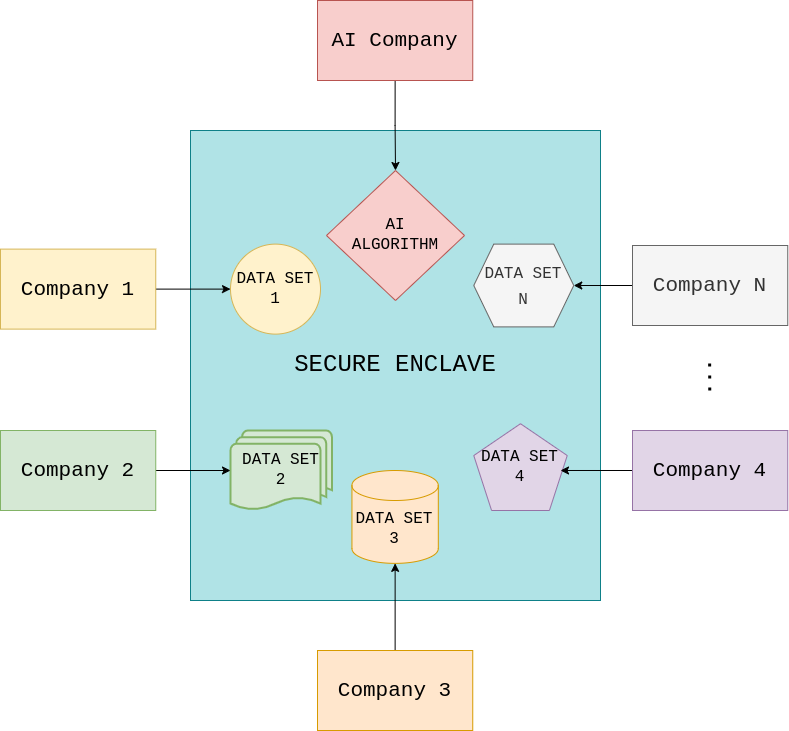
Before: img/cocos-cocnept.png, a diagram exported from draw.io (ultravioletrs/website). Source tidied: cells renumbered, new cells last; positions are measured from the earlier drawing's top-left corner, leaving out a move shared by most shapes. Source of this version:
```xml
<mxGraphModel>
  <root>
    <mxCell id="0" />
    <mxCell id="1" parent="0" />
    <mxCell id="2" value="&lt;font style=&quot;font-size: 24px&quot;&gt;SECURE ENCLAVE&lt;/font&gt;" style="rounded=0;whiteSpace=wrap;html=1;fillColor=#b0e3e6;strokeColor=#0e8088;fontFamily=Courier New;" parent="1" vertex="1">
      <mxGeometry x="190" y="130" width="410" height="470" as="geometry" />
    </mxCell>
    <mxCell id="3" value="&lt;font style=&quot;font-size: 16px&quot;&gt;&lt;font style=&quot;font-size: 16px&quot;&gt;DATA SET&lt;br&gt;&lt;/font&gt;1&lt;/font&gt;" style="ellipse;whiteSpace=wrap;html=1;fillColor=#fff2cc;strokeColor=#d6b656;fontFamily=Courier New;" parent="1" vertex="1">
      <mxGeometry x="230" y="243.6" width="90" height="90" as="geometry" />
    </mxCell>
    <mxCell id="4" value="&lt;font style=&quot;font-size: 16px&quot;&gt;AI&lt;br&gt;ALGORITHM&lt;/font&gt;" style="rhombus;whiteSpace=wrap;html=1;fillColor=#f8cecc;strokeColor=#b85450;fontFamily=Courier New;" parent="1" vertex="1">
      <mxGeometry x="326" y="170" width="138" height="130" as="geometry" />
    </mxCell>
    <mxCell id="5" value="&lt;font style=&quot;font-size: 16px&quot;&gt;DATA SET&lt;br&gt;4&lt;br&gt;&lt;/font&gt;" style="whiteSpace=wrap;html=1;shape=mxgraph.basic.pentagon;fillColor=#e1d5e7;strokeColor=#9673a6;fontFamily=Courier New;" parent="1" vertex="1">
      <mxGeometry x="473.3" y="423.2" width="93.5" height="86.8" as="geometry" />
    </mxCell>
    <mxCell id="6" value="&lt;font style=&quot;font-size: 16px&quot;&gt;DATA SET&lt;br&gt;3&lt;/font&gt;" style="shape=cylinder3;whiteSpace=wrap;html=1;boundedLbl=1;backgroundOutline=1;size=15;fillColor=#ffe6cc;strokeColor=#d79b00;fontFamily=Courier New;" parent="1" vertex="1">
      <mxGeometry x="351.4" y="470" width="86.4" height="92.9" as="geometry" />
    </mxCell>
    <mxCell id="7" value="&lt;font style=&quot;font-size: 16px&quot;&gt;DATA SET&lt;br&gt;2&lt;/font&gt;" style="strokeWidth=2;html=1;shape=mxgraph.flowchart.multi-document;whiteSpace=wrap;fillColor=#d5e8d4;strokeColor=#82b366;fontFamily=Courier New;" parent="1" vertex="1">
      <mxGeometry x="230" y="430" width="101.4" height="80" as="geometry" />
    </mxCell>
    <mxCell id="8" style="edgeStyle=orthogonalEdgeStyle;rounded=0;jettySize=auto;html=1;exitX=0.5;exitY=1;exitDx=0;exitDy=0;fontSize=21;fontFamily=Courier New;" parent="1" edge="1" source="9" target="4">
      <mxGeometry relative="1" as="geometry" />
    </mxCell>
    <mxCell id="9" value="AI Company" style="rounded=0;whiteSpace=wrap;html=1;fontSize=21;fillColor=#f8cecc;strokeColor=#b85450;fontFamily=Courier New;" parent="1" vertex="1">
      <mxGeometry x="317" width="155.2" height="80" as="geometry" />
    </mxCell>
    <mxCell id="10" style="edgeStyle=orthogonalEdgeStyle;rounded=0;jettySize=auto;html=1;exitX=1;exitY=0.5;exitDx=0;exitDy=0;fontSize=21;fontFamily=Courier New;" parent="1" edge="1" source="11" target="3">
      <mxGeometry relative="1" as="geometry" />
    </mxCell>
    <mxCell id="11" value="Company 1" style="rounded=0;whiteSpace=wrap;html=1;fontSize=21;fillColor=#fff2cc;strokeColor=#d6b656;fontFamily=Courier New;" parent="1" vertex="1">
      <mxGeometry y="248.6" width="155.2" height="80" as="geometry" />
    </mxCell>
    <mxCell id="12" style="edgeStyle=orthogonalEdgeStyle;rounded=0;jettySize=auto;html=1;exitX=1;exitY=0.5;exitDx=0;exitDy=0;entryX=0;entryY=0.5;entryDx=0;entryDy=0;entryPerimeter=0;fontFamily=Courier New;" parent="1" edge="1" source="13" target="7">
      <mxGeometry relative="1" as="geometry" />
    </mxCell>
    <mxCell id="13" value="Company 2" style="rounded=0;whiteSpace=wrap;html=1;fontSize=21;fillColor=#d5e8d4;strokeColor=#82b366;fontFamily=Courier New;" parent="1" vertex="1">
      <mxGeometry y="430" width="155.2" height="80" as="geometry" />
    </mxCell>
    <mxCell id="14" style="edgeStyle=orthogonalEdgeStyle;rounded=0;jettySize=auto;html=1;exitX=0.5;exitY=0;exitDx=0;exitDy=0;entryX=0.5;entryY=1;entryDx=0;entryDy=0;entryPerimeter=0;fontFamily=Courier New;" parent="1" edge="1" source="15" target="6">
      <mxGeometry relative="1" as="geometry" />
    </mxCell>
    <mxCell id="15" value="Company 3" style="rounded=0;whiteSpace=wrap;html=1;fontSize=21;fillColor=#ffe6cc;strokeColor=#d79b00;fontFamily=Courier New;" parent="1" vertex="1">
      <mxGeometry x="317" y="650" width="155.2" height="80" as="geometry" />
    </mxCell>
    <mxCell id="16" style="edgeStyle=orthogonalEdgeStyle;rounded=0;jettySize=auto;html=1;exitX=0;exitY=0.5;exitDx=0;exitDy=0;entryX=1;entryY=0.5;entryDx=0;entryDy=0;fontSize=12;fontFamily=Courier New;" parent="1" edge="1" source="17" target="18">
      <mxGeometry relative="1" as="geometry" />
    </mxCell>
    <mxCell id="17" value="Company N" style="rounded=0;whiteSpace=wrap;html=1;fontSize=21;fillColor=#f5f5f5;fontColor=#333333;strokeColor=#666666;fontFamily=Courier New;" parent="1" vertex="1">
      <mxGeometry x="632" y="245" width="155.2" height="80" as="geometry" />
    </mxCell>
    <mxCell id="18" value="&lt;font style=&quot;font-size: 16px&quot;&gt;DATA SET&lt;br&gt;N&lt;/font&gt;" style="shape=hexagon;perimeter=hexagonPerimeter2;whiteSpace=wrap;html=1;fixedSize=1;fontSize=21;fillColor=#f5f5f5;fontColor=#333333;strokeColor=#666666;fontFamily=Courier New;" parent="1" vertex="1">
      <mxGeometry x="473.3" y="243.6" width="100" height="82.8" as="geometry" />
    </mxCell>
    <mxCell id="19" style="edgeStyle=orthogonalEdgeStyle;rounded=0;jettySize=auto;html=1;exitX=0;exitY=0.5;exitDx=0;exitDy=0;entryX=0.928;entryY=0.539;entryDx=0;entryDy=0;entryPerimeter=0;fontFamily=Courier New;" parent="1" edge="1" source="20" target="5">
      <mxGeometry relative="1" as="geometry" />
    </mxCell>
    <mxCell id="20" value="Company 4" style="rounded=0;whiteSpace=wrap;html=1;fontSize=21;fillColor=#e1d5e7;strokeColor=#9673a6;fontFamily=Courier New;" parent="1" vertex="1">
      <mxGeometry x="632" y="430" width="155.2" height="80" as="geometry" />
    </mxCell>
    <mxCell id="21" style="endArrow=none;dashed=1;html=1;dashPattern=1 3;strokeWidth=3;rounded=0;fontSize=11;fontFamily=Courier New;" parent="1" edge="1">
      <mxGeometry relative="1" as="geometry">
        <mxPoint x="709.3" y="390" as="sourcePoint" />
        <mxPoint x="709.1" y="360" as="targetPoint" />
      </mxGeometry>
    </mxCell>
  </root>
</mxGraphModel>
```
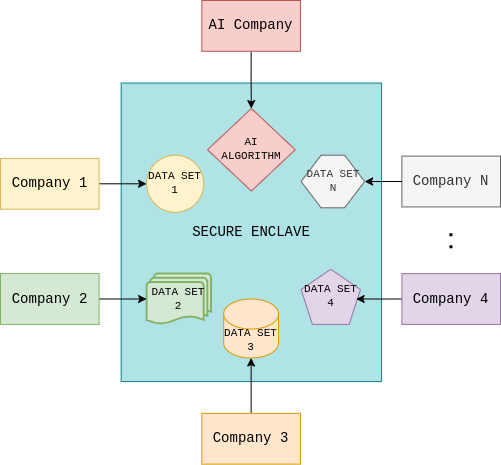
Above is the later version.

Diff of the diagram source:
```diff
@@ -2,67 +2,70 @@
   <root>
     <mxCell id="0" />
     <mxCell id="1" parent="0" />
+    <mxCell id="22" style="group;fontSize=14;" parent="1" vertex="1">
+      <mxGeometry width="500" height="463.6" as="geometry" />
+    </mxCell>
-    <mxCell id="2" value="&lt;font style=&quot;font-size: 24px&quot;&gt;SECURE ENCLAVE&lt;/font&gt;" style="rounded=0;whiteSpace=wrap;html=1;fillColor=#b0e3e6;strokeColor=#0e8088;fontFamily=Courier New;" parent="1" vertex="1">
-      <mxGeometry x="190" y="130" width="410" height="470" as="geometry" />
+    <mxCell id="2" value="&lt;font style=&quot;font-size: 14px;&quot;&gt;SECURE ENCLAVE&lt;/font&gt;" style="rounded=0;whiteSpace=wrap;html=1;fillColor=#b0e3e6;strokeColor=#0e8088;fontFamily=Courier New;fontSize=14;" parent="22" vertex="1">
+      <mxGeometry x="120.7" y="82.6" width="260.4" height="298.5" as="geometry" />
     </mxCell>
-    <mxCell id="3" value="&lt;font style=&quot;font-size: 16px&quot;&gt;&lt;font style=&quot;font-size: 16px&quot;&gt;DATA SET&lt;br&gt;&lt;/font&gt;1&lt;/font&gt;" style="ellipse;whiteSpace=wrap;html=1;fillColor=#fff2cc;strokeColor=#d6b656;fontFamily=Courier New;" parent="1" vertex="1">
-      <mxGeometry x="230" y="243.6" width="90" height="90" as="geometry" />
+    <mxCell id="3" value="&lt;font style=&quot;font-size: 11px;&quot;&gt;&lt;font style=&quot;font-size: 11px;&quot;&gt;DATA SET&lt;br style=&quot;font-size: 11px;&quot;&gt;&lt;/font&gt;1&lt;/font&gt;" style="ellipse;whiteSpace=wrap;html=1;fillColor=#fff2cc;strokeColor=#d6b656;fontFamily=Courier New;fontSize=11;" parent="22" vertex="1">
+      <mxGeometry x="146.1" y="154.7" width="57.2" height="57.2" as="geometry" />
     </mxCell>
-    <mxCell id="4" value="&lt;font style=&quot;font-size: 16px&quot;&gt;AI&lt;br&gt;ALGORITHM&lt;/font&gt;" style="rhombus;whiteSpace=wrap;html=1;fillColor=#f8cecc;strokeColor=#b85450;fontFamily=Courier New;" parent="1" vertex="1">
-      <mxGeometry x="326" y="170" width="138" height="130" as="geometry" />
+    <mxCell id="4" value="&lt;font style=&quot;font-size: 11px;&quot;&gt;AI&lt;br style=&quot;font-size: 11px;&quot;&gt;ALGORITHM&lt;/font&gt;" style="rhombus;whiteSpace=wrap;html=1;fillColor=#f8cecc;strokeColor=#b85450;fontFamily=Courier New;fontSize=11;" parent="22" vertex="1">
+      <mxGeometry x="207" y="108" width="87.6" height="82.6" as="geometry" />
     </mxCell>
-    <mxCell id="5" value="&lt;font style=&quot;font-size: 16px&quot;&gt;DATA SET&lt;br&gt;4&lt;br&gt;&lt;/font&gt;" style="whiteSpace=wrap;html=1;shape=mxgraph.basic.pentagon;fillColor=#e1d5e7;strokeColor=#9673a6;fontFamily=Courier New;" parent="1" vertex="1">
-      <mxGeometry x="473.3" y="423.2" width="93.5" height="86.8" as="geometry" />
+    <mxCell id="5" value="&lt;font style=&quot;font-size: 11px;&quot;&gt;DATA SET&lt;br style=&quot;font-size: 11px;&quot;&gt;4&lt;br style=&quot;font-size: 11px;&quot;&gt;&lt;/font&gt;" style="whiteSpace=wrap;html=1;shape=mxgraph.basic.pentagon;fillColor=#e1d5e7;strokeColor=#9673a6;fontFamily=Courier New;fontSize=11;" parent="22" vertex="1">
+      <mxGeometry x="300.6" y="268.8" width="59.4" height="55.1" as="geometry" />
     </mxCell>
-    <mxCell id="6" value="&lt;font style=&quot;font-size: 16px&quot;&gt;DATA SET&lt;br&gt;3&lt;/font&gt;" style="shape=cylinder3;whiteSpace=wrap;html=1;boundedLbl=1;backgroundOutline=1;size=15;fillColor=#ffe6cc;strokeColor=#d79b00;fontFamily=Courier New;" parent="1" vertex="1">
-      <mxGeometry x="351.4" y="470" width="86.4" height="92.9" as="geometry" />
+    <mxCell id="6" value="&lt;font style=&quot;font-size: 11px;&quot;&gt;DATA SET&lt;br style=&quot;font-size: 11px;&quot;&gt;3&lt;/font&gt;" style="shape=cylinder3;whiteSpace=wrap;html=1;boundedLbl=1;backgroundOutline=1;size=15;fillColor=#ffe6cc;strokeColor=#d79b00;fontFamily=Courier New;fontSize=11;" parent="22" vertex="1">
+      <mxGeometry x="223.2" y="298.5" width="54.9" height="59" as="geometry" />
     </mxCell>
-    <mxCell id="7" value="&lt;font style=&quot;font-size: 16px&quot;&gt;DATA SET&lt;br&gt;2&lt;/font&gt;" style="strokeWidth=2;html=1;shape=mxgraph.flowchart.multi-document;whiteSpace=wrap;fillColor=#d5e8d4;strokeColor=#82b366;fontFamily=Courier New;" parent="1" vertex="1">
-      <mxGeometry x="230" y="430" width="101.4" height="80" as="geometry" />
+    <mxCell id="7" value="&lt;font style=&quot;font-size: 11px;&quot;&gt;DATA SET&lt;br style=&quot;font-size: 11px;&quot;&gt;2&lt;/font&gt;" style="strokeWidth=2;html=1;shape=mxgraph.flowchart.multi-document;whiteSpace=wrap;fillColor=#d5e8d4;strokeColor=#82b366;fontFamily=Courier New;fontSize=11;" parent="22" vertex="1">
+      <mxGeometry x="146.1" y="273.1" width="64.4" height="50.8" as="geometry" />
     </mxCell>
-    <mxCell id="8" style="edgeStyle=orthogonalEdgeStyle;rounded=0;jettySize=auto;html=1;exitX=0.5;exitY=1;exitDx=0;exitDy=0;fontSize=21;fontFamily=Courier New;" parent="1" edge="1" source="9" target="4">
+    <mxCell id="8" style="edgeStyle=orthogonalEdgeStyle;rounded=0;jettySize=auto;html=1;exitX=0.5;exitY=1;exitDx=0;exitDy=0;fontSize=14;fontFamily=Courier New;" parent="22" edge="1" source="9" target="4">
       <mxGeometry relative="1" as="geometry" />
     </mxCell>
-    <mxCell id="9" value="AI Company" style="rounded=0;whiteSpace=wrap;html=1;fontSize=21;fillColor=#f8cecc;strokeColor=#b85450;fontFamily=Courier New;" parent="1" vertex="1">
-      <mxGeometry x="317" width="155.2" height="80" as="geometry" />
+    <mxCell id="9" value="AI Company" style="rounded=0;whiteSpace=wrap;html=1;fontSize=14;fillColor=#f8cecc;strokeColor=#b85450;fontFamily=Courier New;" parent="22" vertex="1">
+      <mxGeometry x="201.3" width="98.6" height="50.8" as="geometry" />
     </mxCell>
-    <mxCell id="10" style="edgeStyle=orthogonalEdgeStyle;rounded=0;jettySize=auto;html=1;exitX=1;exitY=0.5;exitDx=0;exitDy=0;fontSize=21;fontFamily=Courier New;" parent="1" edge="1" source="11" target="3">
+    <mxCell id="10" style="edgeStyle=orthogonalEdgeStyle;rounded=0;jettySize=auto;html=1;exitX=1;exitY=0.5;exitDx=0;exitDy=0;fontSize=14;fontFamily=Courier New;" parent="22" edge="1" source="11" target="3">
       <mxGeometry relative="1" as="geometry" />
     </mxCell>
-    <mxCell id="11" value="Company 1" style="rounded=0;whiteSpace=wrap;html=1;fontSize=21;fillColor=#fff2cc;strokeColor=#d6b656;fontFamily=Courier New;" parent="1" vertex="1">
-      <mxGeometry y="248.6" width="155.2" height="80" as="geometry" />
+    <mxCell id="11" value="&lt;font style=&quot;font-size: 14px;&quot;&gt;Company 1&lt;/font&gt;" style="rounded=0;whiteSpace=wrap;html=1;fontSize=14;fillColor=#fff2cc;strokeColor=#d6b656;fontFamily=Courier New;" parent="22" vertex="1">
+      <mxGeometry y="157.9" width="98.6" height="50.8" as="geometry" />
     </mxCell>
-    <mxCell id="12" style="edgeStyle=orthogonalEdgeStyle;rounded=0;jettySize=auto;html=1;exitX=1;exitY=0.5;exitDx=0;exitDy=0;entryX=0;entryY=0.5;entryDx=0;entryDy=0;entryPerimeter=0;fontFamily=Courier New;" parent="1" edge="1" source="13" target="7">
+    <mxCell id="12" style="edgeStyle=orthogonalEdgeStyle;rounded=0;jettySize=auto;html=1;exitX=1;exitY=0.5;exitDx=0;exitDy=0;entryX=0;entryY=0.5;entryDx=0;entryDy=0;entryPerimeter=0;fontFamily=Courier New;fontSize=14;" parent="22" edge="1" source="13" target="7">
       <mxGeometry relative="1" as="geometry" />
     </mxCell>
-    <mxCell id="13" value="Company 2" style="rounded=0;whiteSpace=wrap;html=1;fontSize=21;fillColor=#d5e8d4;strokeColor=#82b366;fontFamily=Courier New;" parent="1" vertex="1">
-      <mxGeometry y="430" width="155.2" height="80" as="geometry" />
+    <mxCell id="13" value="Company 2" style="rounded=0;whiteSpace=wrap;html=1;fontSize=14;fillColor=#d5e8d4;strokeColor=#82b366;fontFamily=Courier New;" parent="22" vertex="1">
+      <mxGeometry y="273.1" width="98.6" height="50.8" as="geometry" />
     </mxCell>
-    <mxCell id="14" style="edgeStyle=orthogonalEdgeStyle;rounded=0;jettySize=auto;html=1;exitX=0.5;exitY=0;exitDx=0;exitDy=0;entryX=0.5;entryY=1;entryDx=0;entryDy=0;entryPerimeter=0;fontFamily=Courier New;" parent="1" edge="1" source="15" target="6">
+    <mxCell id="14" style="edgeStyle=orthogonalEdgeStyle;rounded=0;jettySize=auto;html=1;exitX=0.5;exitY=0;exitDx=0;exitDy=0;entryX=0.5;entryY=1;entryDx=0;entryDy=0;entryPerimeter=0;fontFamily=Courier New;fontSize=14;" parent="22" edge="1" source="15" target="6">
       <mxGeometry relative="1" as="geometry" />
     </mxCell>
-    <mxCell id="15" value="Company 3" style="rounded=0;whiteSpace=wrap;html=1;fontSize=21;fillColor=#ffe6cc;strokeColor=#d79b00;fontFamily=Courier New;" parent="1" vertex="1">
-      <mxGeometry x="317" y="650" width="155.2" height="80" as="geometry" />
+    <mxCell id="15" value="Company 3" style="rounded=0;whiteSpace=wrap;html=1;fontSize=14;fillColor=#ffe6cc;strokeColor=#d79b00;fontFamily=Courier New;" parent="22" vertex="1">
+      <mxGeometry x="201.3" y="412.8" width="98.6" height="50.8" as="geometry" />
     </mxCell>
-    <mxCell id="16" style="edgeStyle=orthogonalEdgeStyle;rounded=0;jettySize=auto;html=1;exitX=0;exitY=0.5;exitDx=0;exitDy=0;entryX=1;entryY=0.5;entryDx=0;entryDy=0;fontSize=12;fontFamily=Courier New;" parent="1" edge="1" source="17" target="18">
-      <mxGeometry relative="1" as="geometry" />
-    </mxCell>
-    <mxCell id="17" value="Company N" style="rounded=0;whiteSpace=wrap;html=1;fontSize=21;fillColor=#f5f5f5;fontColor=#333333;strokeColor=#666666;fontFamily=Courier New;" parent="1" vertex="1">
-      <mxGeometry x="632" y="245" width="155.2" height="80" as="geometry" />
+    <mxCell id="17" value="Company N" style="rounded=0;whiteSpace=wrap;html=1;fontSize=14;fillColor=#f5f5f5;fontColor=#333333;strokeColor=#666666;fontFamily=Courier New;" parent="22" vertex="1">
+      <mxGeometry x="401.4" y="155.6" width="98.6" height="50.8" as="geometry" />
     </mxCell>
-    <mxCell id="18" value="&lt;font style=&quot;font-size: 16px&quot;&gt;DATA SET&lt;br&gt;N&lt;/font&gt;" style="shape=hexagon;perimeter=hexagonPerimeter2;whiteSpace=wrap;html=1;fixedSize=1;fontSize=21;fillColor=#f5f5f5;fontColor=#333333;strokeColor=#666666;fontFamily=Courier New;" parent="1" vertex="1">
-      <mxGeometry x="473.3" y="243.6" width="100" height="82.8" as="geometry" />
+    <mxCell id="18" value="&lt;font style=&quot;font-size: 11px;&quot;&gt;DATA SET&lt;br style=&quot;font-size: 11px;&quot;&gt;N&lt;/font&gt;" style="shape=hexagon;perimeter=hexagonPerimeter2;whiteSpace=wrap;html=1;fixedSize=1;fontSize=11;fillColor=#f5f5f5;fontColor=#333333;strokeColor=#666666;fontFamily=Courier New;" parent="22" vertex="1">
+      <mxGeometry x="300.6" y="154.7" width="63.5" height="52.6" as="geometry" />
     </mxCell>
+    <mxCell id="16" style="edgeStyle=orthogonalEdgeStyle;rounded=0;jettySize=auto;html=1;exitX=0;exitY=0.5;exitDx=0;exitDy=0;entryX=1;entryY=0.5;entryDx=0;entryDy=0;fontSize=14;fontFamily=Courier New;" parent="22" edge="1" source="17" target="18">
+      <mxGeometry relative="1" as="geometry" />
+    </mxCell>
-    <mxCell id="19" style="edgeStyle=orthogonalEdgeStyle;rounded=0;jettySize=auto;html=1;exitX=0;exitY=0.5;exitDx=0;exitDy=0;entryX=0.928;entryY=0.539;entryDx=0;entryDy=0;entryPerimeter=0;fontFamily=Courier New;" parent="1" edge="1" source="20" target="5">
+    <mxCell id="19" style="edgeStyle=orthogonalEdgeStyle;rounded=0;jettySize=auto;html=1;exitX=0;exitY=0.5;exitDx=0;exitDy=0;entryX=0.928;entryY=0.539;entryDx=0;entryDy=0;entryPerimeter=0;fontFamily=Courier New;fontSize=14;" parent="22" edge="1" source="20" target="5">
       <mxGeometry relative="1" as="geometry" />
     </mxCell>
-    <mxCell id="20" value="Company 4" style="rounded=0;whiteSpace=wrap;html=1;fontSize=21;fillColor=#e1d5e7;strokeColor=#9673a6;fontFamily=Courier New;" parent="1" vertex="1">
-      <mxGeometry x="632" y="430" width="155.2" height="80" as="geometry" />
+    <mxCell id="20" value="Company 4" style="rounded=0;whiteSpace=wrap;html=1;fontSize=14;fillColor=#e1d5e7;strokeColor=#9673a6;fontFamily=Courier New;" parent="22" vertex="1">
+      <mxGeometry x="401.4" y="273.1" width="98.6" height="50.8" as="geometry" />
     </mxCell>
-    <mxCell id="21" style="endArrow=none;dashed=1;html=1;dashPattern=1 3;strokeWidth=3;rounded=0;fontSize=11;fontFamily=Courier New;" parent="1" edge="1">
+    <mxCell id="21" style="endArrow=none;dashed=1;html=1;dashPattern=1 3;strokeWidth=3;rounded=0;fontSize=14;fontFamily=Courier New;" parent="22" edge="1">
       <mxGeometry relative="1" as="geometry">
-        <mxPoint x="709.3" y="390" as="sourcePoint" />
-        <mxPoint x="709.1" y="360" as="targetPoint" />
+        <mxPoint x="450.5" y="247.7" as="sourcePoint" />
+        <mxPoint x="450.4" y="228.6" as="targetPoint" />
       </mxGeometry>
     </mxCell>
   </root>
```
